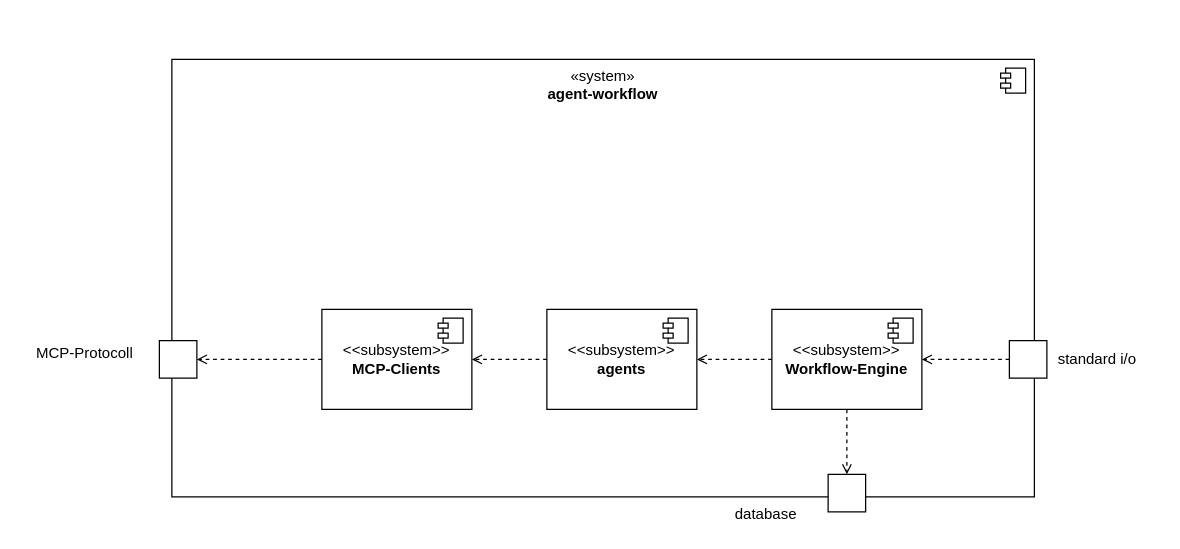
This is architecture/building-block-view-level-1.drawio from FrancisAO/agent-workflow, a draw.io file, before an edit. Source tidied: cells renumbered, new cells numbered last; positions are measured from the earlier drawing's top-left corner, leaving out a move shared by most shapes. Both pictures are drawn from the tidied source at 125%, with x=0, y=0 at pixel (21, 59).
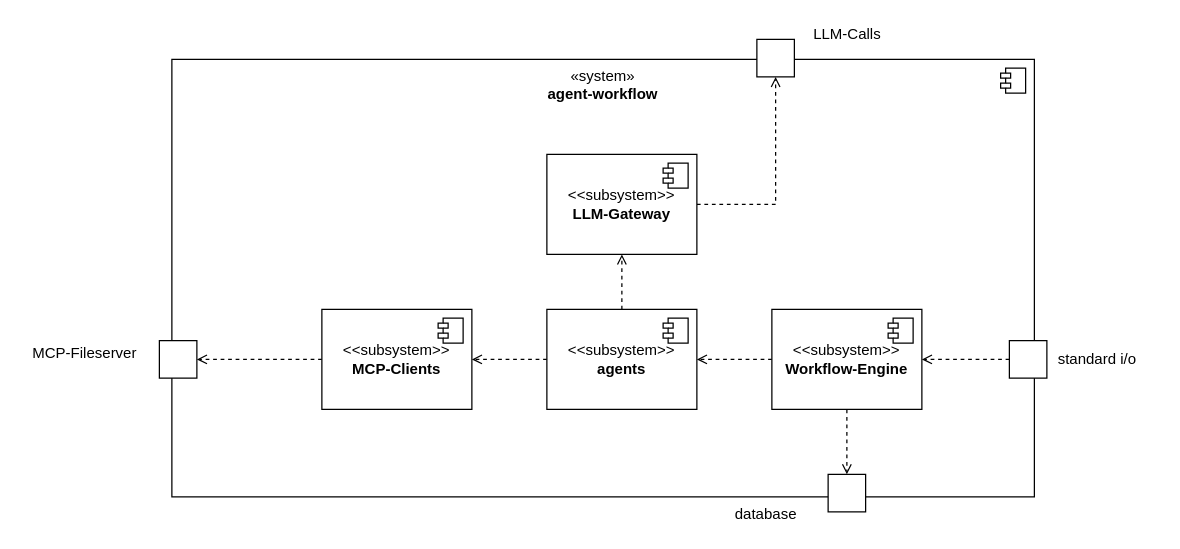
The same page after the edit.

Commit message (it also covers changes not shown here):
Add LLM-Gateway to Building Block View

The change refers to these unchanged cells:
```xml
<mxCell id="9" value="&amp;lt;&amp;lt;subsystem&amp;gt;&amp;gt;&lt;br&gt;&lt;b&gt;agents&lt;/b&gt;" style="html=1;whiteSpace=wrap;" parent="1" vertex="1">
  <mxGeometry x="420" y="200" width="120" height="80" as="geometry" />
</mxCell>
```

The edit, as a diff of the source:
```diff
@@
+    <mxCell id="21" style="edgeStyle=orthogonalEdgeStyle;rounded=0;jettySize=auto;html=1;dashed=1;endArrow=open;endFill=0;" parent="1" edge="1" source="9" target="23">
+      <mxGeometry relative="1" as="geometry" />
+    </mxCell>
@@
-    <mxCell id="17" value="MCP-Protocoll" style="text;verticalAlign=middle;align=center;html=1;" parent="1" vertex="1">
+    <mxCell id="17" value="MCP-Fileserver" style="text;verticalAlign=middle;align=center;html=1;" parent="1" vertex="1">
       <mxGeometry y="225" width="100" height="20" as="geometry" />
     </mxCell>
@@
+    <mxCell id="22" style="edgeStyle=orthogonalEdgeStyle;rounded=0;jettySize=auto;html=1;entryX=0.5;entryY=1;entryDx=0;entryDy=0;dashed=1;endArrow=open;endFill=0;" parent="1" edge="1" source="23" target="25">
+      <mxGeometry relative="1" as="geometry" />
+    </mxCell>
+    <mxCell id="23" value="&amp;lt;&amp;lt;subsystem&amp;gt;&amp;gt;&lt;br&gt;&lt;b&gt;LLM-Gateway&lt;/b&gt;" style="html=1;whiteSpace=wrap;" parent="1" vertex="1">
+      <mxGeometry x="420" y="76" width="120" height="80" as="geometry" />
+    </mxCell>
+    <mxCell id="24" style="shape=module;jettyWidth=8;jettyHeight=4;" parent="23" vertex="1">
+      <mxGeometry x="1" width="20" height="20" relative="1" as="geometry">
+        <mxPoint x="-27" y="7" as="offset" />
+      </mxGeometry>
+    </mxCell>
+    <mxCell id="25" style="html=1;" parent="1" vertex="1">
+      <mxGeometry x="588" y="-16" width="30" height="30" as="geometry" />
+    </mxCell>
+    <mxCell id="26" value="LLM-Calls" style="text;verticalAlign=middle;align=center;html=1;" parent="1" vertex="1">
+      <mxGeometry x="610" y="-30" width="100" height="20" as="geometry" />
+    </mxCell>
```
